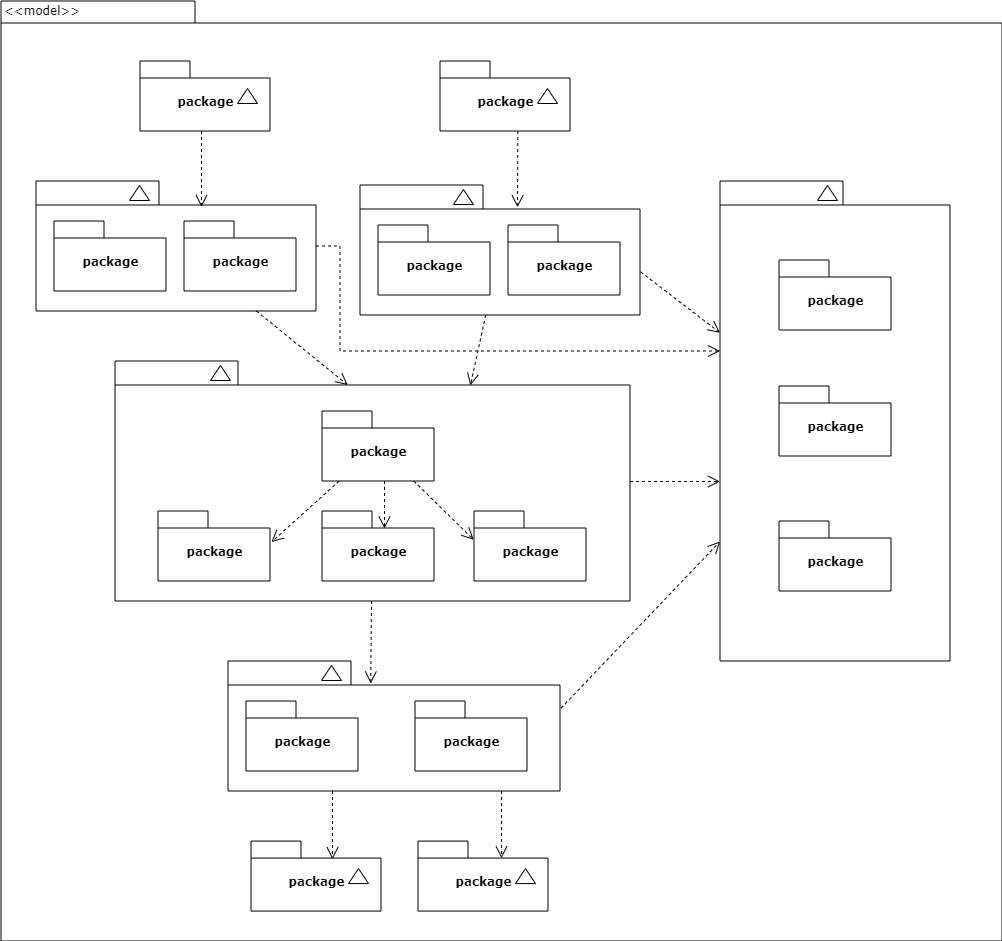
LanCaiHuan/FeHelper keeps this draw.io diagram as apps/toolkit/Untitled Diagram.png. Above is the earlier version. Source tidied: cells renumbered, new cells last; positions are measured from the earlier drawing's top-left corner, leaving out a move shared by most shapes.
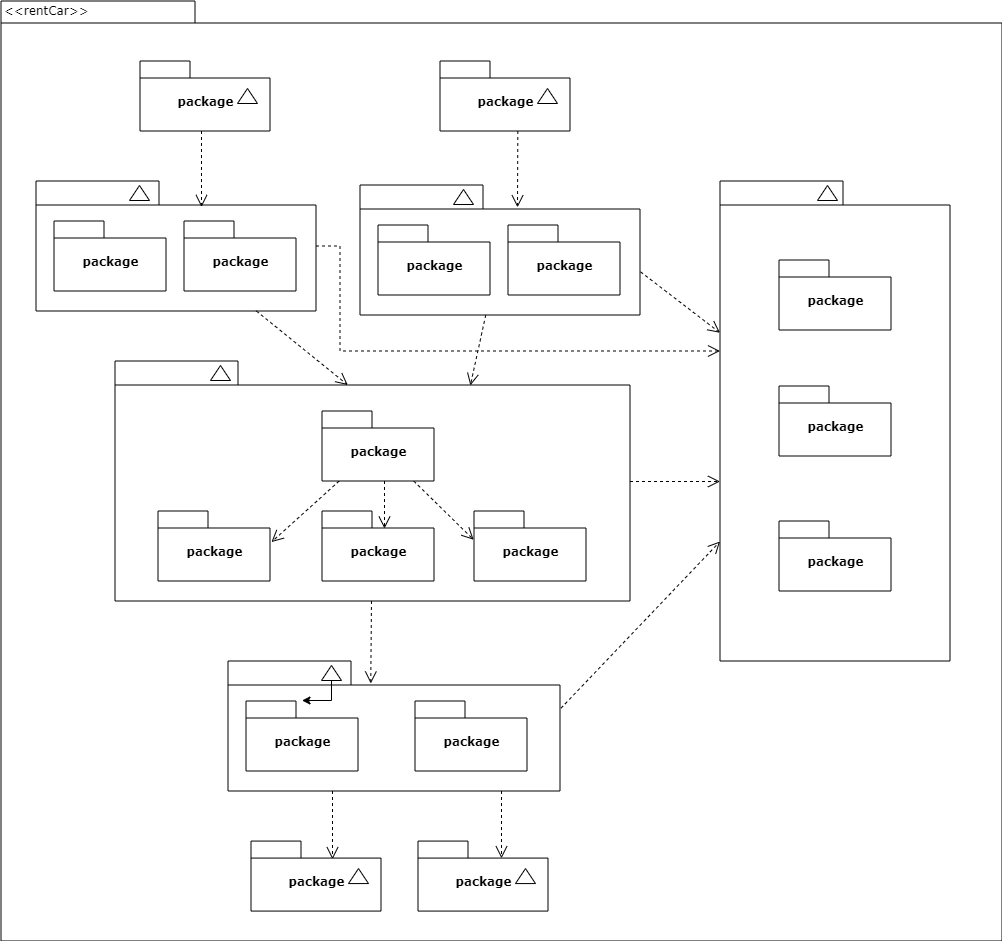
The same diagram one commit later.

Change to the diagram source:
```diff
@@ -116,6 +116,9 @@
     <mxCell id="39" style="shape=folder;fontStyle=1;spacingTop=10;tabWidth=123;tabHeight=24;tabPosition=left;html=1;rounded=0;shadow=0;comic=0;labelBackgroundColor=none;strokeWidth=1;fontFamily=Verdana;fontSize=10;align=center;" parent="1" vertex="1">
       <mxGeometry x="227.5" y="660.5" width="332" height="130" as="geometry" />
     </mxCell>
+    <mxCell id="57" style="edgeStyle=orthogonalEdgeStyle;rounded=0;jettySize=auto;html=1;" parent="1" edge="1" source="40" target="41">
+      <mxGeometry relative="1" as="geometry" />
+    </mxCell>
     <mxCell id="40" style="triangle;whiteSpace=wrap;html=1;rounded=0;shadow=0;comic=0;labelBackgroundColor=none;strokeWidth=1;fontFamily=Verdana;fontSize=10;align=center;rotation=-90;" parent="1" vertex="1">
       <mxGeometry x="323.5" y="662.5" width="15" height="20" as="geometry" />
     </mxCell>
@@ -172,7 +175,7 @@
         </Array>
       </mxGeometry>
     </mxCell>
-    <mxCell id="56" value="&amp;lt;&amp;lt;model&amp;gt;&amp;gt;" style="text;html=1;align=left;verticalAlign=top;spacingTop=-4;fontSize=10;fontFamily=Verdana;" parent="1" vertex="1">
+    <mxCell id="56" value="&amp;lt;&amp;lt;rentCar&amp;gt;&amp;gt;" style="text;html=1;align=left;verticalAlign=top;spacingTop=-4;fontSize=10;fontFamily=Verdana;" parent="1" vertex="1">
       <mxGeometry x="1.5" y="0.5" width="130" height="20" as="geometry" />
     </mxCell>
   </root>
```
